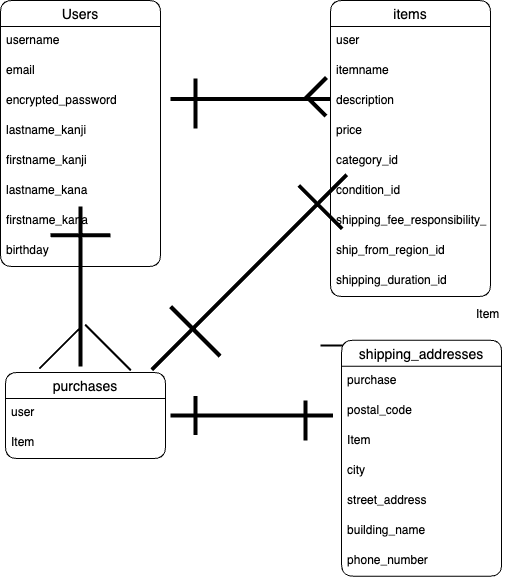
The draw.io diagram furima.png in koshiro0322/furima-40532, before a commit. Source tidied: cells renumbered, new cells last; positions are measured from the earlier drawing's top-left corner, leaving out a move shared by most shapes.
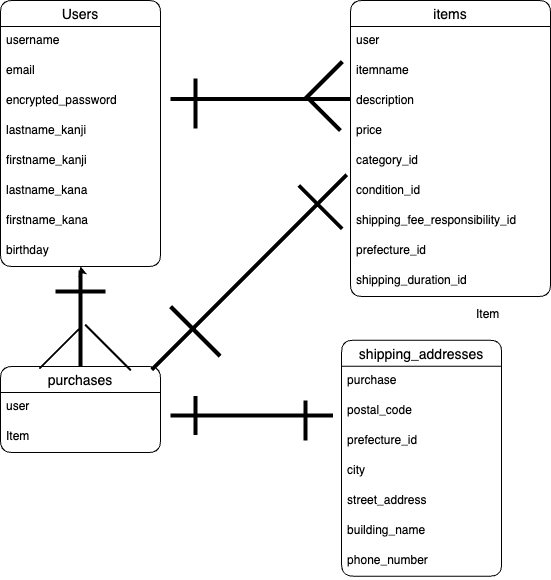
The same file after the commit.

Commit message:
データベース設計3

What changed in the source:
```diff
@@ -30,37 +30,37 @@
       <mxGeometry y="236" width="160" height="30" as="geometry" />
     </mxCell>
     <mxCell id="11" value="items" style="swimlane;fontStyle=0;horizontal=1;startSize=26;align=center;fontSize=14;rounded=1;" parent="1" vertex="1">
-      <mxGeometry x="330" width="160" height="296" as="geometry" />
+      <mxGeometry x="350" width="200" height="296" as="geometry" />
     </mxCell>
     <mxCell id="12" value="user" style="text;strokeColor=none;fillColor=none;spacingLeft=4;spacingRight=4;overflow=hidden;fontSize=12;rounded=1;" parent="11" vertex="1">
-      <mxGeometry y="26" width="160" height="30" as="geometry" />
+      <mxGeometry y="26" width="200" height="30" as="geometry" />
     </mxCell>
     <mxCell id="13" value="itemname" style="text;strokeColor=none;fillColor=none;spacingLeft=4;spacingRight=4;overflow=hidden;fontSize=12;rounded=1;" parent="11" vertex="1">
-      <mxGeometry y="56" width="160" height="30" as="geometry" />
+      <mxGeometry y="56" width="200" height="30" as="geometry" />
     </mxCell>
     <mxCell id="14" value="description" style="text;strokeColor=none;fillColor=none;spacingLeft=4;spacingRight=4;overflow=hidden;fontSize=12;rounded=1;" parent="11" vertex="1">
-      <mxGeometry y="86" width="160" height="30" as="geometry" />
+      <mxGeometry y="86" width="200" height="30" as="geometry" />
     </mxCell>
     <mxCell id="15" value="price" style="text;strokeColor=none;fillColor=none;spacingLeft=4;spacingRight=4;overflow=hidden;fontSize=12;rounded=1;" parent="11" vertex="1">
-      <mxGeometry y="116" width="160" height="30" as="geometry" />
+      <mxGeometry y="116" width="200" height="30" as="geometry" />
     </mxCell>
     <mxCell id="16" value="category_id" style="text;strokeColor=none;fillColor=none;spacingLeft=4;spacingRight=4;overflow=hidden;fontSize=12;rounded=1;" parent="11" vertex="1">
-      <mxGeometry y="146" width="160" height="30" as="geometry" />
+      <mxGeometry y="146" width="200" height="30" as="geometry" />
     </mxCell>
     <mxCell id="17" value="condition_id" style="text;strokeColor=none;fillColor=none;spacingLeft=4;spacingRight=4;overflow=hidden;fontSize=12;" parent="11" vertex="1">
-      <mxGeometry y="176" width="160" height="30" as="geometry" />
+      <mxGeometry y="176" width="200" height="30" as="geometry" />
     </mxCell>
     <mxCell id="18" value="shipping_fee_responsibility_id" style="text;strokeColor=none;fillColor=none;spacingLeft=4;spacingRight=4;overflow=hidden;fontSize=12;" parent="11" vertex="1">
-      <mxGeometry y="206" width="160" height="30" as="geometry" />
+      <mxGeometry y="206" width="200" height="30" as="geometry" />
     </mxCell>
-    <mxCell id="19" value="ship_from_region_id" style="text;strokeColor=none;fillColor=none;spacingLeft=4;spacingRight=4;overflow=hidden;fontSize=12;" parent="11" vertex="1">
-      <mxGeometry y="236" width="160" height="30" as="geometry" />
+    <mxCell id="19" value="prefecture_id" style="text;strokeColor=none;fillColor=none;spacingLeft=4;spacingRight=4;overflow=hidden;fontSize=12;" parent="11" vertex="1">
+      <mxGeometry y="236" width="200" height="30" as="geometry" />
     </mxCell>
     <mxCell id="20" value="shipping_duration_id" style="text;strokeColor=none;fillColor=none;spacingLeft=4;spacingRight=4;overflow=hidden;fontSize=12;" parent="11" vertex="1">
-      <mxGeometry y="266" width="160" height="30" as="geometry" />
+      <mxGeometry y="266" width="200" height="30" as="geometry" />
     </mxCell>
     <mxCell id="21" value="purchases" style="swimlane;fontStyle=0;horizontal=1;startSize=26;align=center;fontSize=14;rounded=1;" parent="1" vertex="1">
-      <mxGeometry x="5" y="372" width="160" height="86" as="geometry" />
+      <mxGeometry y="366" width="160" height="86" as="geometry" />
     </mxCell>
     <mxCell id="22" value="user" style="text;strokeColor=none;fillColor=none;spacingLeft=4;spacingRight=4;overflow=hidden;fontSize=12;rounded=1;" parent="21" vertex="1">
       <mxGeometry y="26" width="160" height="30" as="geometry" />
@@ -68,17 +68,14 @@
     <mxCell id="23" value="Item" style="text;strokeColor=none;fillColor=none;spacingLeft=4;spacingRight=4;overflow=hidden;fontSize=12;rounded=1;" parent="21" vertex="1">
       <mxGeometry y="56" width="160" height="30" as="geometry" />
     </mxCell>
-    <mxCell id="24" style="line;strokeWidth=2;html=1;rounded=1;" parent="1" vertex="1">
-      <mxGeometry x="320" y="340" width="100" height="10" as="geometry" />
-    </mxCell>
     <mxCell id="25" style="line;strokeWidth=4;direction=south;html=1;perimeter=backbonePerimeter;rounded=1;rotation=45;" parent="1" vertex="1">
-      <mxGeometry x="310" y="72.4" width="10" height="31.2" as="geometry" />
+      <mxGeometry x="317.9" y="53.3" width="10" height="53.6" as="geometry" />
     </mxCell>
     <mxCell id="26" style="line;strokeWidth=4;html=1;perimeter=backbonePerimeter;rounded=1;" parent="1" vertex="1">
-      <mxGeometry x="170" y="93.6" width="160" height="10" as="geometry" />
+      <mxGeometry x="170" y="93.6" width="180" height="10" as="geometry" />
     </mxCell>
     <mxCell id="27" style="line;strokeWidth=4;direction=south;html=1;perimeter=backbonePerimeter;rounded=1;rotation=-45;" parent="1" vertex="1">
-      <mxGeometry x="311.2" y="93.1" width="10" height="26.4" as="geometry" />
+      <mxGeometry x="318.5" y="90.1" width="10" height="46.9" as="geometry" />
     </mxCell>
     <mxCell id="28" style="line;strokeWidth=4;direction=south;html=1;perimeter=backbonePerimeter;rounded=1;" parent="1" vertex="1">
       <mxGeometry x="190" y="78" width="10" height="50" as="geometry" />
@@ -95,11 +92,14 @@
     <mxCell id="32" style="line;strokeWidth=4;direction=south;html=1;perimeter=backbonePerimeter;rounded=1;rotation=90;" parent="1" vertex="1">
       <mxGeometry x="246.2" y="333.8" width="10" height="162.5" as="geometry" />
     </mxCell>
+    <mxCell id="48" style="edgeStyle=none;html=1;" parent="1" edge="1" source="33" target="10">
+      <mxGeometry relative="1" as="geometry" />
+    </mxCell>
     <mxCell id="33" style="line;strokeWidth=4;direction=south;html=1;perimeter=backbonePerimeter;points=[];outlineConnect=0;rounded=1;" parent="1" vertex="1">
-      <mxGeometry x="75" y="206" width="10" height="160" as="geometry" />
+      <mxGeometry x="75" y="270" width="10" height="96" as="geometry" />
     </mxCell>
     <mxCell id="34" style="line;strokeWidth=4;html=1;perimeter=backbonePerimeter;rounded=1;" parent="1" vertex="1">
-      <mxGeometry x="50" y="229.8" width="60" height="10" as="geometry" />
+      <mxGeometry x="55" y="286" width="50" height="10" as="geometry" />
     </mxCell>
     <mxCell id="35" value="shipping_addresses" style="swimlane;fontStyle=0;horizontal=1;startSize=26;align=center;fontSize=14;rounded=1;" parent="1" vertex="1">
       <mxGeometry x="341.1" y="339.7" width="160" height="236" as="geometry" />
@@ -110,7 +110,7 @@
     <mxCell id="37" value="postal_code" style="text;strokeColor=none;fillColor=none;spacingLeft=4;spacingRight=4;overflow=hidden;fontSize=12;rounded=1;" parent="35" vertex="1">
       <mxGeometry y="56" width="160" height="30" as="geometry" />
     </mxCell>
-    <mxCell id="38" value="Item" style="text;strokeColor=none;fillColor=none;spacingLeft=4;spacingRight=4;overflow=hidden;fontSize=12;" parent="35" vertex="1">
+    <mxCell id="38" value="prefecture_id" style="text;strokeColor=none;fillColor=none;spacingLeft=4;spacingRight=4;overflow=hidden;fontSize=12;" parent="35" vertex="1">
       <mxGeometry y="86" width="160" height="30" as="geometry" />
     </mxCell>
     <mxCell id="39" value="city" style="text;strokeColor=none;fillColor=none;spacingLeft=4;spacingRight=4;overflow=hidden;fontSize=12;rounded=1;" parent="35" vertex="1">
```
